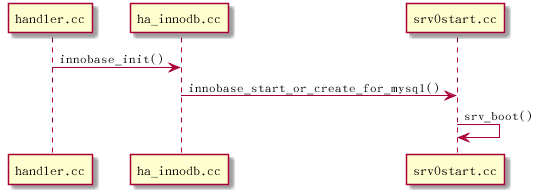
The PlantUML diagram it/mysql/mysqlSource/images/innodb_summary.png in wult/org_doc, before a commit.
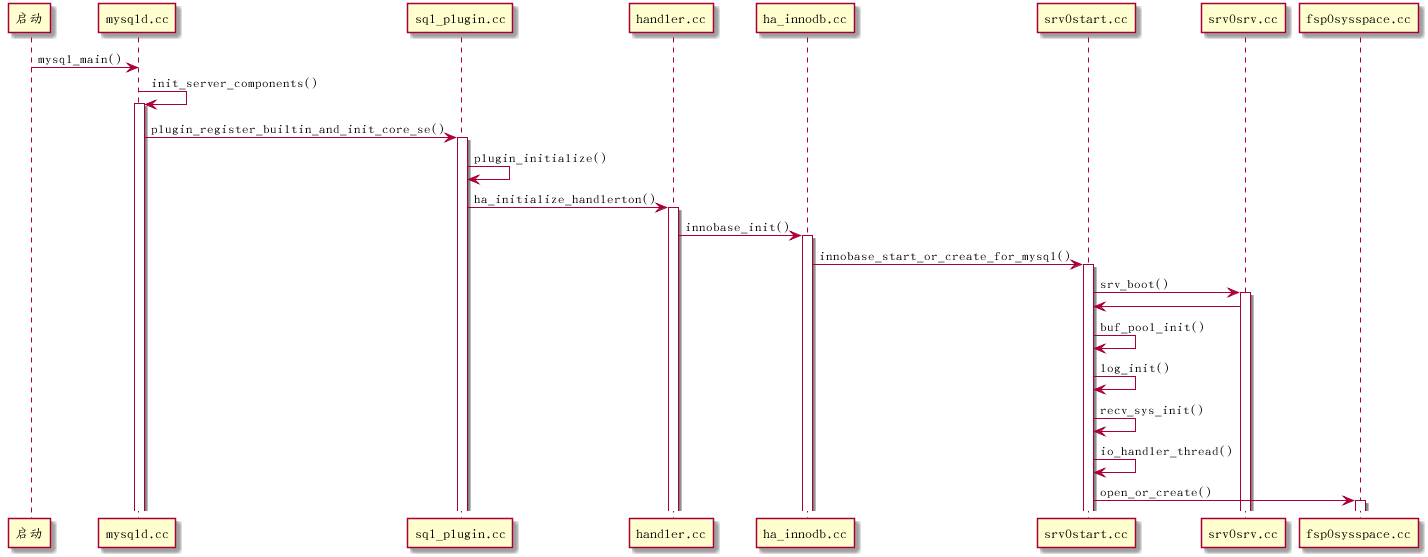
After the commit.

What changed in the source:
```diff
@@ -1,6 +1,23 @@
 @startuml
+?? -> mysqld.cc : mysql_main()
+mysqld.cc -> mysqld.cc : init_server_components()
+activate mysqld.cc
+mysqld.cc -> sql_plugin.cc : plugin_register_builtin_and_init_core_se()
+activate sql_plugin.cc
+sql_plugin.cc -> sql_plugin.cc : plugin_initialize()
+sql_plugin.cc -> handler.cc : ha_initialize_handlerton()
+activate handler.cc
 handler.cc -> ha_innodb.cc : innobase_init()
+activate ha_innodb.cc
 ha_innodb.cc -> srv0start.cc : innobase_start_or_create_for_mysql()
-srv0start.cc -> srv0start.cc : srv_boot()
-
+activate srv0start.cc
+srv0start.cc -> srv0srv.cc : srv_boot()
+activate srv0srv.cc
+srv0srv.cc -> srv0start.cc
+srv0start.cc -> srv0start.cc : buf_pool_init()
+srv0start.cc -> srv0start.cc : log_init()
+srv0start.cc -> srv0start.cc : recv_sys_init()
+srv0start.cc -> srv0start.cc : io_handler_thread()
+srv0start.cc -> fsp0sysspace.cc : open_or_create()
+activate fsp0sysspace.cc
 @enduml
```
